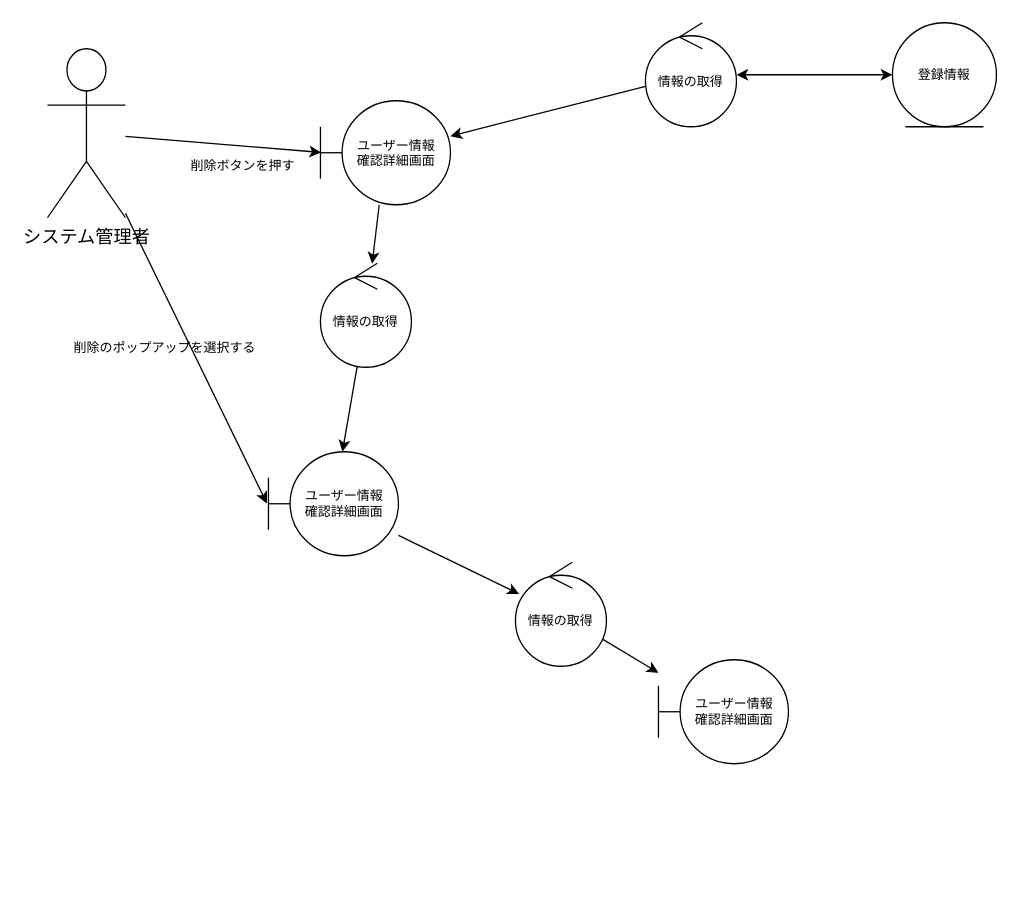
Before: page "ユーザー登録情報削除" (5 of 6) of out/ロバストネス図/システム管理者-ロバストネス図.drawio in ksw2270227/GroupF, a draw.io diagram. Source tidied: cells renumbered, new cells numbered last; positions are measured from the earlier drawing's top-left corner, leaving out a move shared by most shapes. Both pictures are drawn from the tidied source at 130%, with x=0, y=0 at pixel (47, 22).
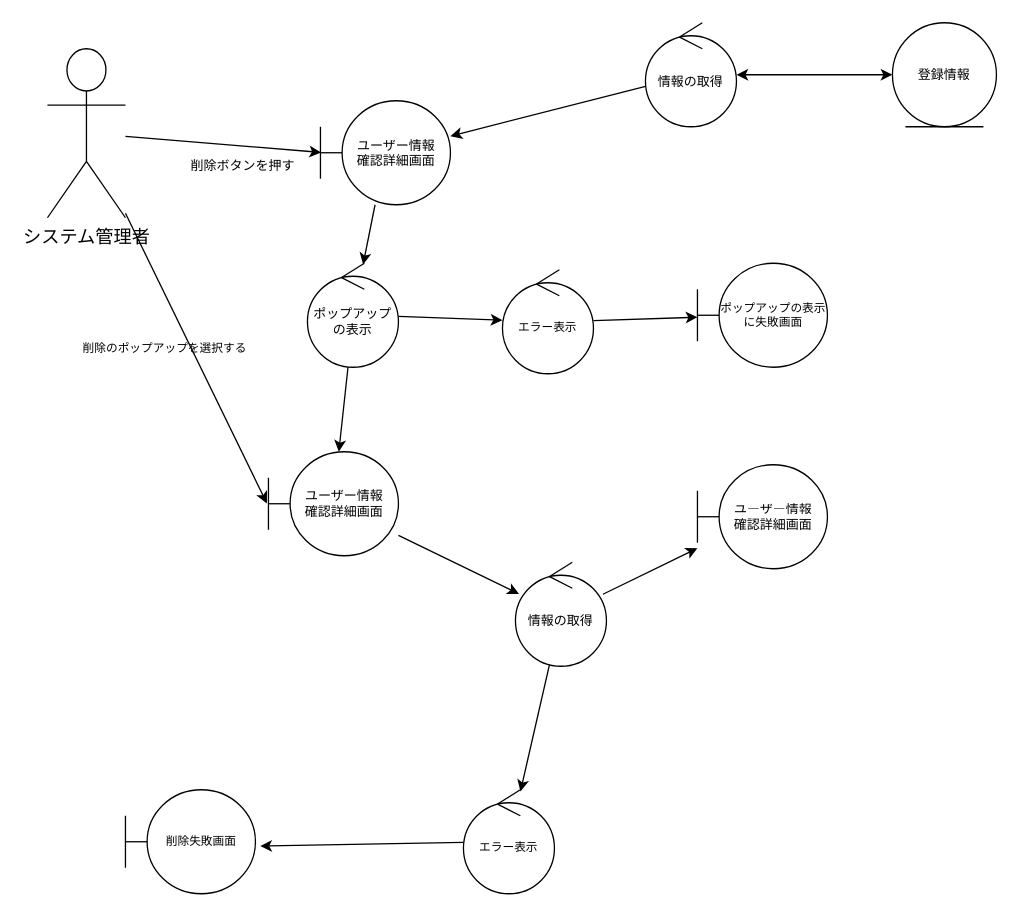
After the change.

Unchanged cells that the change refers to:
```xml
<mxCell id="18" value="情報の取得" style="ellipse;shape=umlControl;whiteSpace=wrap;html=1;fontSize=10;" parent="1" vertex="1">
  <mxGeometry x="360" y="415" width="70" height="80" as="geometry" />
</mxCell>
```

Diff of the diagram source:
```diff
@@
+    <mxCell id="20" style="edgeStyle=none;html=1;fontSize=9;" parent="1" edge="1" source="13" target="27">
+      <mxGeometry relative="1" as="geometry" />
+    </mxCell>
-    <mxCell id="13" value="情報の取得" style="ellipse;shape=umlControl;whiteSpace=wrap;html=1;fontSize=10;" parent="1" vertex="1">
-      <mxGeometry x="210" y="185" width="70" height="80" as="geometry" />
+    <mxCell id="13" value="ポップアップの表示&lt;br&gt;" style="ellipse;shape=umlControl;whiteSpace=wrap;html=1;fontSize=10;" parent="1" vertex="1">
+      <mxGeometry x="200" y="185" width="70" height="80" as="geometry" />
     </mxCell>
@@
     <mxCell id="16" value="ユーザー情報&lt;br&gt;確認詳細画面" style="shape=umlBoundary;whiteSpace=wrap;html=1;fontSize=10;" parent="1" vertex="1">
-      <mxGeometry x="470" y="490" width="100" height="80" as="geometry" />
+      <mxGeometry x="500" y="340" width="100" height="80" as="geometry" />
     </mxCell>
@@
+    <mxCell id="21" style="edgeStyle=none;html=1;fontSize=9;" parent="1" edge="1" source="18" target="23">
+      <mxGeometry relative="1" as="geometry" />
+    </mxCell>
@@
-    <mxCell id="19" value="削除のポップアップを選択する" style="text;html=1;align=center;verticalAlign=middle;strokeColor=none;fillColor=none;fontSize=10;" parent="1" vertex="1">
-      <mxGeometry x="10" y="235" width="160" height="30" as="geometry" />
+    <mxCell id="19" value="&lt;font style=&quot;font-size: 9px;&quot;&gt;削除のポップアップを選択する&lt;/font&gt;" style="text;html=1;align=center;verticalAlign=middle;strokeColor=none;fillColor=none;fontSize=10;" parent="1" vertex="1">
+      <mxGeometry x="15" y="235" width="150" height="30" as="geometry" />
     </mxCell>
+    <mxCell id="22" style="edgeStyle=none;html=1;entryX=1.037;entryY=0.542;entryDx=0;entryDy=0;entryPerimeter=0;fontSize=9;" parent="1" edge="1" source="23" target="24">
+      <mxGeometry relative="1" as="geometry" />
+    </mxCell>
+    <mxCell id="23" value="エラー表示" style="ellipse;shape=umlControl;whiteSpace=wrap;html=1;fontSize=9;" parent="1" vertex="1">
+      <mxGeometry x="320" y="590" width="70" height="80" as="geometry" />
+    </mxCell>
+    <mxCell id="24" value="削除失敗画面" style="shape=umlBoundary;whiteSpace=wrap;html=1;fontSize=9;" parent="1" vertex="1">
+      <mxGeometry x="60" y="590" width="100" height="80" as="geometry" />
+    </mxCell>
+    <mxCell id="25" value="ポップアップの表示に失敗画面&lt;br&gt;" style="shape=umlBoundary;whiteSpace=wrap;html=1;fontSize=9;" parent="1" vertex="1">
+      <mxGeometry x="500" y="185" width="100" height="80" as="geometry" />
+    </mxCell>
+    <mxCell id="26" style="edgeStyle=none;html=1;fontSize=9;" parent="1" edge="1" source="27" target="25">
+      <mxGeometry relative="1" as="geometry" />
+    </mxCell>
+    <mxCell id="27" value="エラー表示" style="ellipse;shape=umlControl;whiteSpace=wrap;html=1;fontSize=9;" parent="1" vertex="1">
+      <mxGeometry x="350" y="190" width="70" height="80" as="geometry" />
+    </mxCell>
```
